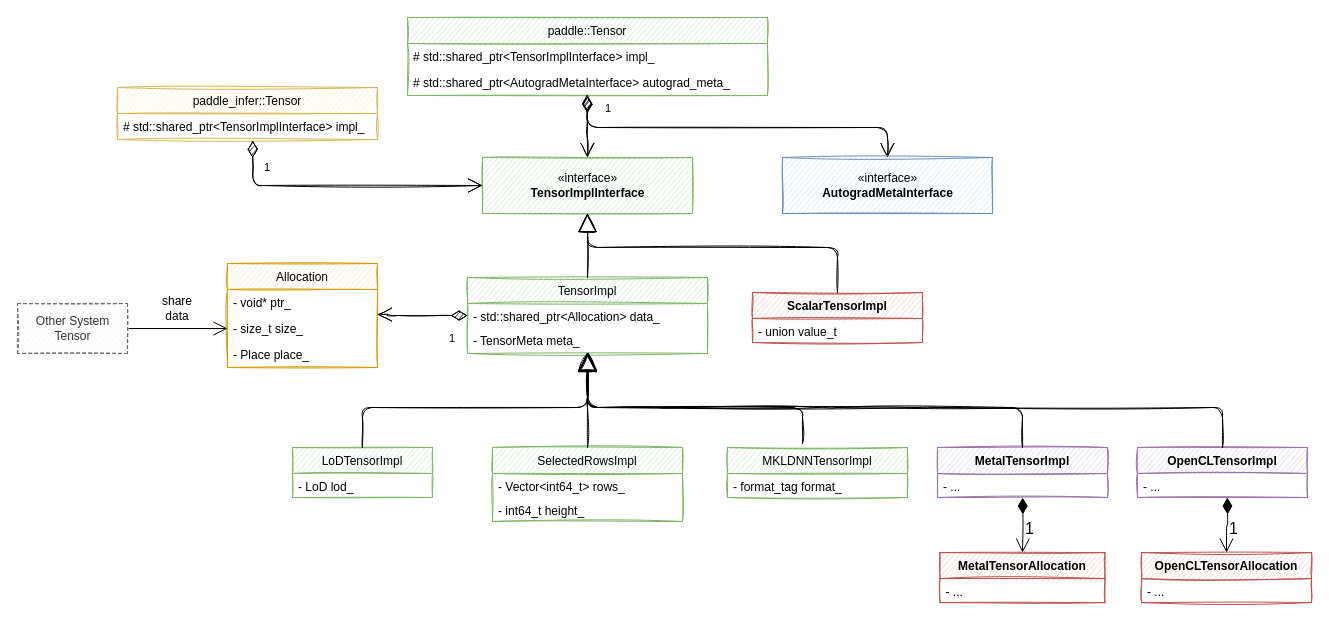
Earlier version of the draw.io diagram page "new-tensor-design" (16 of 16) of op2func.drawio (chenwhql/diagrams). Source tidied: cells renumbered, new cells numbered last; positions are measured from the earlier drawing's top-left corner, leaving out a move shared by most shapes. Both pictures are drawn from the tidied source at 100%, with x=0, y=0 at pixel (17, 17).
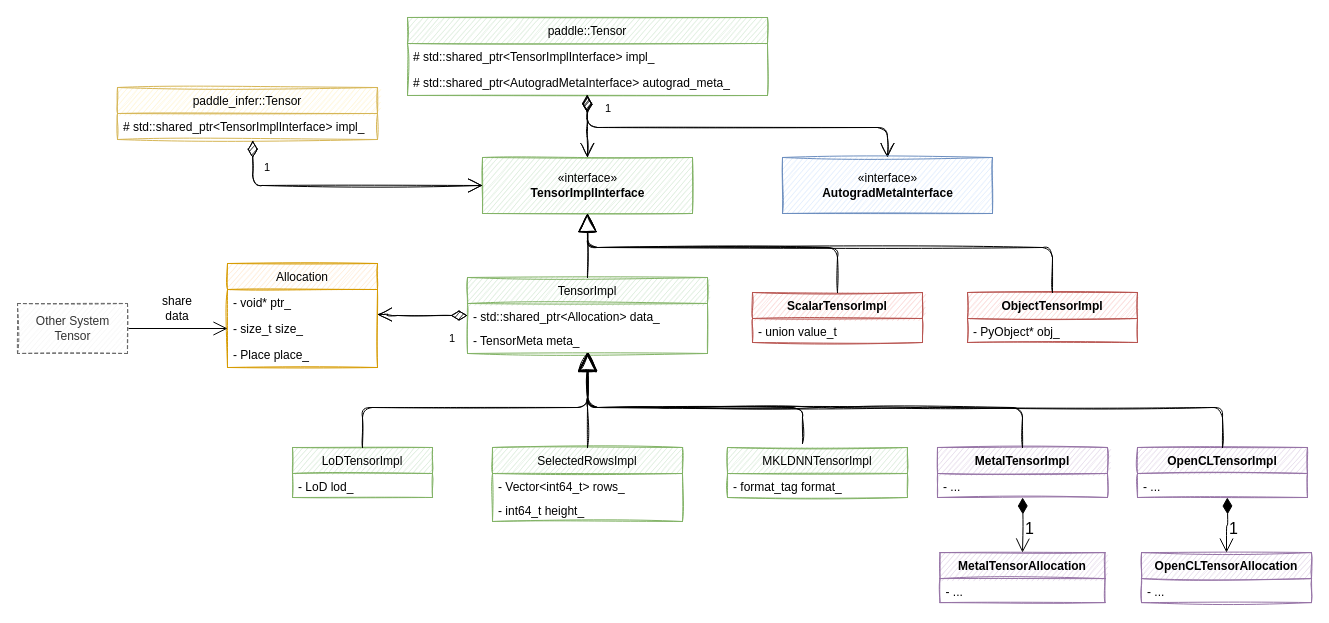
The same page after the edit.

Unchanged cells that the change refers to:
```xml
<mxCell id="28" value="«interface»&lt;br&gt;&lt;b&gt;TensorImplInterface&lt;/b&gt;" style="html=1;sketch=1;fontStyle=0;strokeColor=#82b366;fillColor=#d5e8d4;startSize=26;" parent="1" vertex="1">
  <mxGeometry x="465" y="140" width="210" height="56" as="geometry" />
</mxCell>
```

Change to the diagram source:
```diff
@@
-    <mxCell id="43" value="MetalTensorAllocation" style="swimlane;fontStyle=1;horizontal=1;startSize=26;fillColor=#f8cecc;strokeColor=#b85450;sketch=1;" parent="1" vertex="1">
+    <mxCell id="43" value="MetalTensorAllocation" style="swimlane;fontStyle=1;horizontal=1;startSize=26;fillColor=#e1d5e7;strokeColor=#9673a6;sketch=1;" parent="1" vertex="1">
       <mxGeometry x="922.5" y="535.1" width="165" height="50" as="geometry" />
     </mxCell>
@@
-    <mxCell id="45" value="OpenCLTensorAllocation" style="swimlane;fontStyle=1;horizontal=1;startSize=26;fillColor=#f8cecc;strokeColor=#b85450;sketch=1;" parent="1" vertex="1">
+    <mxCell id="45" value="OpenCLTensorAllocation" style="swimlane;fontStyle=1;horizontal=1;startSize=26;fillColor=#e1d5e7;strokeColor=#9673a6;sketch=1;" parent="1" vertex="1">
       <mxGeometry x="1124" y="535.1" width="170" height="50" as="geometry" />
     </mxCell>
@@
+    <mxCell id="49" value="ObjectTensorImpl" style="swimlane;fontStyle=1;horizontal=1;startSize=26;fillColor=#f8cecc;strokeColor=#b85450;sketch=1;" parent="1" vertex="1">
+      <mxGeometry x="950" y="275" width="170" height="50" as="geometry" />
+    </mxCell>
+    <mxCell id="50" value="- PyObject* obj_" style="text;strokeColor=none;fillColor=none;align=left;verticalAlign=top;spacingLeft=4;spacingRight=4;overflow=hidden;sketch=1;" parent="49" vertex="1">
+      <mxGeometry y="26" width="170" height="24" as="geometry" />
+    </mxCell>
+    <mxCell id="51" style="endArrow=block;endSize=16;endFill=0;html=1;fontSize=16;exitX=0.5;exitY=0;exitDx=0;exitDy=0;sketch=1;entryX=0.5;entryY=1;entryDx=0;entryDy=0;" parent="1" edge="1" source="49" target="28">
+      <mxGeometry x="-0.03" y="-20" relative="1" as="geometry">
+        <Array as="points">
+          <mxPoint x="1035" y="230" />
+          <mxPoint x="570" y="230" />
+        </Array>
+      </mxGeometry>
+    </mxCell>
```
